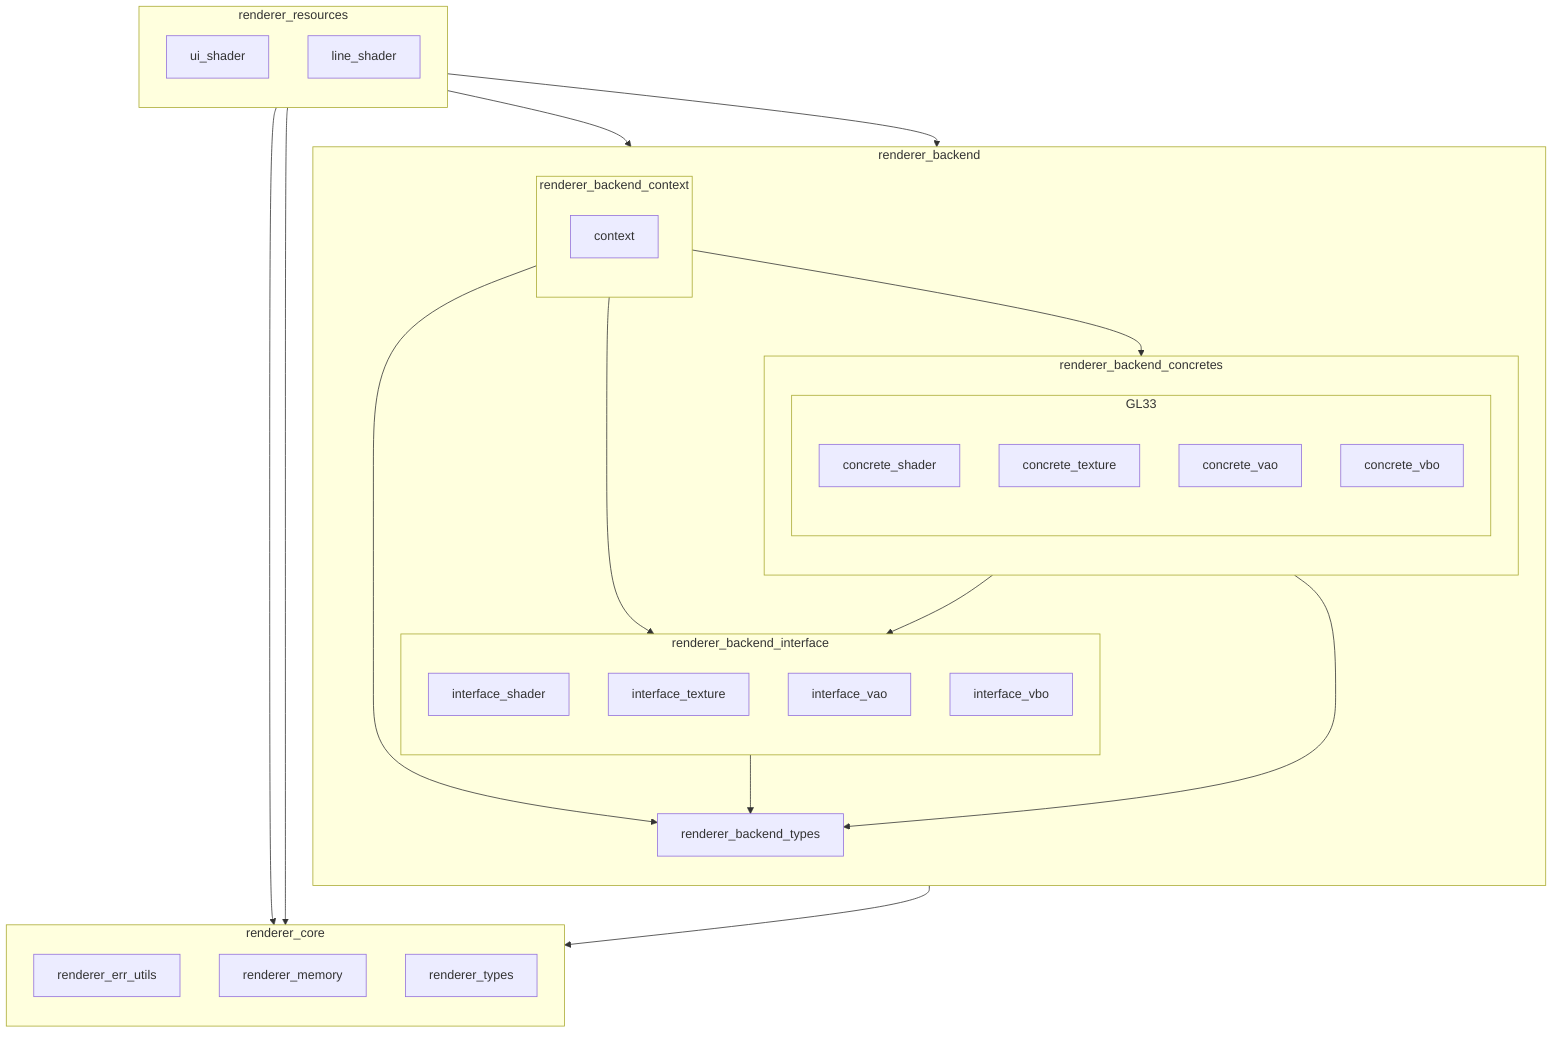
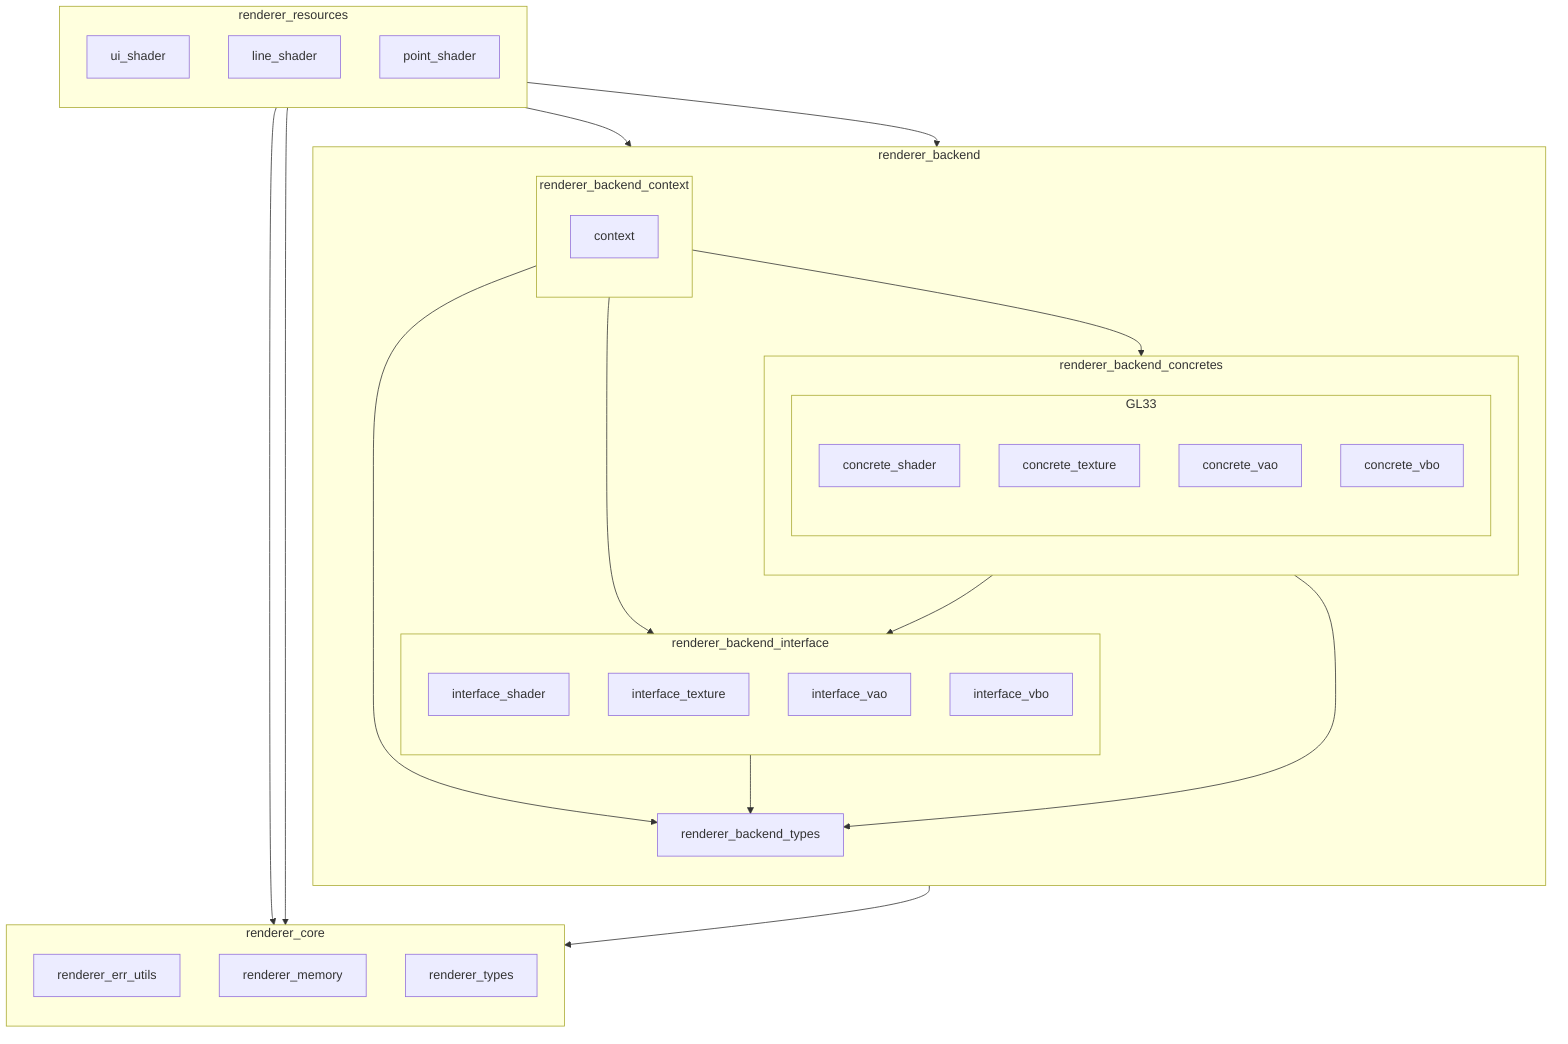
graph TD
  subgraph RENDERER_RESOURCES[renderer_resources]
    direction TB
    UI_SHADER[ui_shader]
    LINE_SHADER[line_shader]
+     POINT_SHADER[point_shader]
  end

  subgraph RENDERER_CORE[renderer_core]
    direction TB
    RENDERER_ERR_UTILS[renderer_err_utils]
    RENDERER_MEMORY[renderer_memory]
    RENDERER_TYPES[renderer_types]
  end

  subgraph RENDERER_BACKEND[renderer_backend]
    direction TB
    RENDERER_BACKEND_TYPES[renderer_backend_types]

    subgraph RENDERER_BACKEND_INTERFACE[renderer_backend_interface]
      direction TB
      INTERFACE_SHADER[interface_shader]
      INTERFACE_TEXTURE[interface_texture]
      INTERFACE_VAO[interface_vao]
      INTERFACE_VBO[interface_vbo]
    end

    subgraph RENDERER_BACKEND_CONCRETES[renderer_backend_concretes]
      direction TB
      subgraph GL33
        direction TB
        CONCRETE_SHADER[concrete_shader]
        CONCRETE_TEXTURE[concrete_texture]
        CONCRETE_VAO[concrete_vao]
        CONCRETE_VBO[concrete_vbo]
      end
    end

    subgraph RENDERER_BACKEND_CONTEXT[renderer_backend_context]
      direction TB
      CONTEXT[context]
    end
  end

  RENDERER_RESOURCES --> CONTEXT
  RENDERER_RESOURCES --> RENDERER_BACKEND_TYPES
  RENDERER_RESOURCES --> RENDERER_ERR_UTILS
  RENDERER_RESOURCES --> RENDERER_MEMORY

  RENDERER_BACKEND_INTERFACE --> RENDERER_BACKEND_TYPES
  %% RENDERER_BACKEND_INTERFACE --> RENDERER_TYPES

  RENDERER_BACKEND_CONCRETES --> RENDERER_BACKEND_INTERFACE
  RENDERER_BACKEND_CONCRETES --> RENDERER_BACKEND_TYPES
  %% RENDERER_BACKEND_CONCRETES --> RENDERER_CORE

  %% CONTEXT --> RENDERER_CORE
  CONTEXT --> RENDERER_BACKEND_TYPES
  CONTEXT --> GL33
  CONTEXT --> RENDERER_BACKEND_INTERFACE

  RENDERER_BACKEND --> RENDERER_CORE
